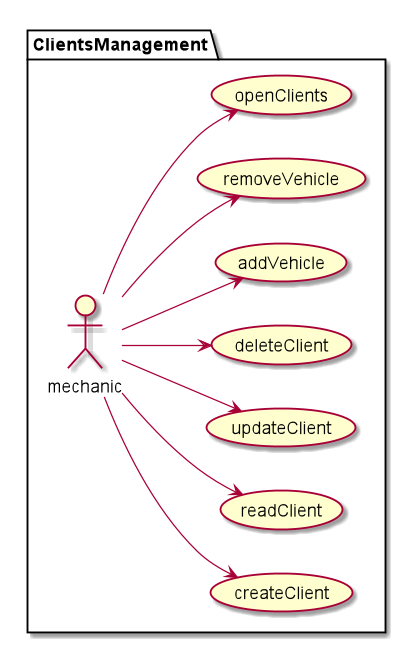
This is documentation/requiremets/usecases/png/clientUsecases.png from Ruskab/agrimManager, a PlantUML export, as it was before one commit.
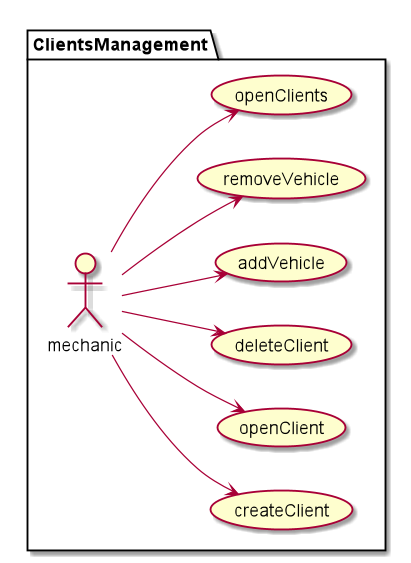
Above is the later version.

The edit, as a diff of the source:
```diff
@@ -4,8 +4,7 @@
 
 package ClientsManagement {
 :mechanic: --> (createClient)
-:mechanic: --> (readClient)
-:mechanic: --> (updateClient)
+:mechanic: --> (openClient)
 :mechanic: --> (deleteClient)
 :mechanic: --> (addVehicle)
 :mechanic: --> (removeVehicle)
```
